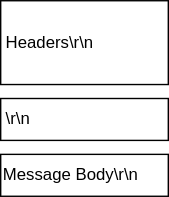
Greg-T8/eJPT keeps this draw.io diagram as docs/notes/img/1.1-4.drawio.svg. Above is the earlier version. Source tidied: cells renumbered, new cells last; positions are measured from the earlier drawing's top-left corner, leaving out a move shared by most shapes.
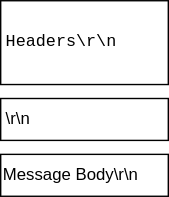
Later version of the same file.

Commit message:
Updated notes on web applications

Diff of the diagram source:
```diff
@@ -2,7 +2,7 @@
   <root>
     <mxCell id="0" />
     <mxCell id="1" parent="0" />
-    <mxCell id="2" value="Headers\r\n" style="rounded=0;whiteSpace=wrap;html=1;align=left;spacing=4;" parent="1" vertex="1">
+    <mxCell id="2" value="Headers\r\n" style="rounded=0;whiteSpace=wrap;html=1;align=left;spacing=4;fontFamily=Courier New;" parent="1" vertex="1">
       <mxGeometry width="120" height="60" as="geometry" />
     </mxCell>
     <mxCell id="3" value="\r\n" style="rounded=0;whiteSpace=wrap;html=1;align=left;spacing=4;" parent="1" vertex="1">
```
